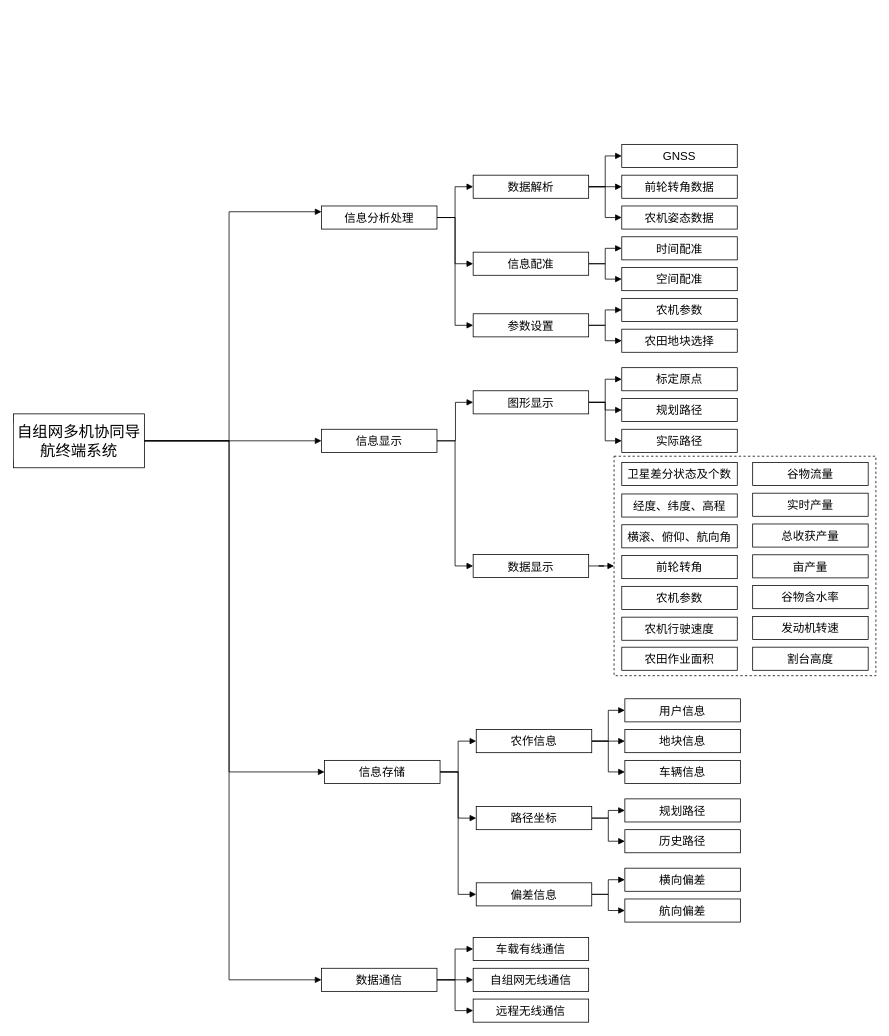
anvalue/DrawIo_SQ keeps this draw.io diagram as page "第 1 页" (1 of 2) of 系统功能层次图.drawio. Above is the earlier version. Source tidied: cells renumbered, new cells numbered last; positions are measured from the earlier drawing's top-left corner, leaving out a move shared by most shapes. Both pictures are drawn from the tidied source at 77%, with x=0, y=0 at pixel (13, 144).
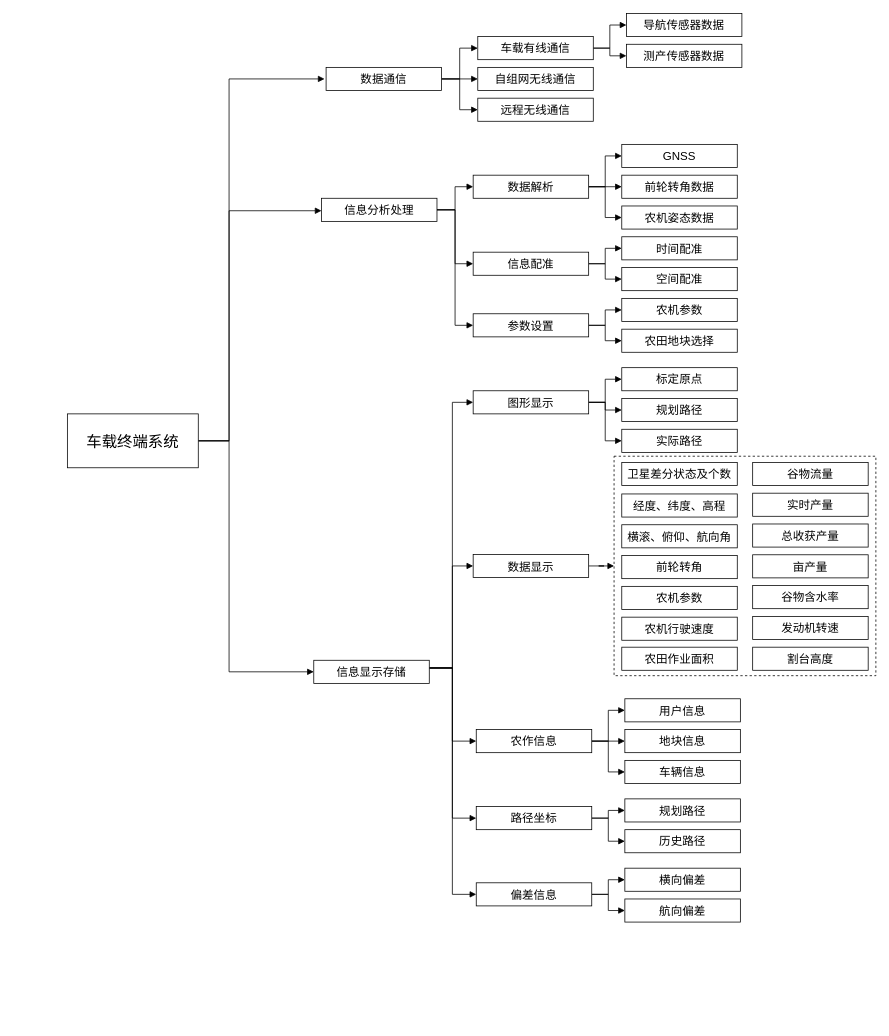
The same page after the edit.

Commit message:
更新系统功能层次图.drawio

The change refers to these unchanged cells:
```xml
<mxCell id="42" value="&lt;font face=&quot;黑体&quot;&gt;农作信息&lt;/font&gt;" style="rounded=0;whiteSpace=wrap;html=1;strokeColor=default;align=center;verticalAlign=middle;fontFamily=Helvetica;fontSize=15;fontColor=default;labelBackgroundColor=default;fillColor=default;" parent="1" vertex="1">
  <mxGeometry x="601" y="760" width="150" height="30" as="geometry" />
</mxCell>
<mxCell id="45" value="&lt;font face=&quot;黑体&quot;&gt;路径坐标&lt;/font&gt;" style="rounded=0;whiteSpace=wrap;html=1;strokeColor=default;align=center;verticalAlign=middle;fontFamily=Helvetica;fontSize=15;fontColor=default;labelBackgroundColor=default;fillColor=default;" parent="1" vertex="1">
  <mxGeometry x="601" y="860" width="150" height="30" as="geometry" />
</mxCell>
<mxCell id="48" value="&lt;font face=&quot;黑体&quot;&gt;偏差信息&lt;/font&gt;" style="rounded=0;whiteSpace=wrap;html=1;strokeColor=default;align=center;verticalAlign=middle;fontFamily=Helvetica;fontSize=15;fontColor=default;labelBackgroundColor=default;fillColor=default;" parent="1" vertex="1">
  <mxGeometry x="601" y="959" width="150" height="30" as="geometry" />
</mxCell>
<mxCell id="62" value="&lt;font face=&quot;黑体&quot;&gt;图形显示&lt;/font&gt;" style="rounded=0;whiteSpace=wrap;html=1;strokeColor=default;align=center;verticalAlign=middle;fontFamily=Helvetica;fontSize=15;fontColor=default;labelBackgroundColor=default;fillColor=default;" parent="1" vertex="1">
  <mxGeometry x="597" y="320" width="150" height="30" as="geometry" />
</mxCell>
<mxCell id="64" value="&lt;font face=&quot;黑体&quot;&gt;数据显示&lt;/font&gt;" style="rounded=0;whiteSpace=wrap;html=1;strokeColor=default;align=center;verticalAlign=middle;fontFamily=Helvetica;fontSize=15;fontColor=default;labelBackgroundColor=default;fillColor=default;" parent="1" vertex="1">
  <mxGeometry x="597" y="532.5" width="150" height="30" as="geometry" />
</mxCell>
```

Diff of the diagram source:
```diff
@@
     <mxCell id="2" style="edgeStyle=orthogonalEdgeStyle;rounded=0;jettySize=auto;html=1;entryX=0;entryY=0.5;entryDx=0;entryDy=0;strokeColor=default;align=center;verticalAlign=middle;fontFamily=Helvetica;fontSize=15;fontColor=default;labelBackgroundColor=default;endArrow=block;endFill=1;" parent="1" edge="1" source="4" target="58">
-      <mxGeometry relative="1" as="geometry" />
+      <mxGeometry relative="1" as="geometry">
+        <Array as="points">
+          <mxPoint x="280" y="385" />
+          <mxPoint x="280" y="685" />
+        </Array>
+      </mxGeometry>
     </mxCell>
-    <mxCell id="3" style="edgeStyle=orthogonalEdgeStyle;rounded=0;jettySize=auto;html=1;entryX=0;entryY=0.25;entryDx=0;entryDy=0;strokeColor=default;align=center;verticalAlign=middle;fontFamily=Helvetica;fontSize=15;fontColor=default;labelBackgroundColor=default;endArrow=block;endFill=1;" parent="1" edge="1" source="4" target="16">
+    <mxCell id="3" style="edgeStyle=orthogonalEdgeStyle;rounded=0;jettySize=auto;html=1;entryX=0;entryY=0.25;entryDx=0;entryDy=0;strokeColor=default;align=center;verticalAlign=middle;fontFamily=Helvetica;fontSize=15;fontColor=default;labelBackgroundColor=default;endArrow=block;endFill=1;" parent="1" edge="1" source="4">
       <mxGeometry relative="1" as="geometry">
+        <mxPoint x="400" y="86.2" as="targetPoint" />
         <Array as="points">
-          <mxPoint x="280" y="385" />
-          <mxPoint x="280" y="87" />
+          <mxPoint x="280" y="85.8" />
         </Array>
       </mxGeometry>
     </mxCell>
-    <mxCell id="4" value="&lt;font style=&quot;font-size: 20px;&quot; face=&quot;黑体&quot;&gt;自组网多机协同导航终端系统&lt;/font&gt;" style="rounded=0;whiteSpace=wrap;html=1;strokeColor=default;align=center;verticalAlign=middle;fontFamily=Helvetica;fontSize=15;fontColor=default;labelBackgroundColor=default;fillColor=default;" parent="1" vertex="1">
-      <mxGeometry y="350" width="170" height="70" as="geometry" />
-    </mxCell>
-    <mxCell id="5" style="edgeStyle=orthogonalEdgeStyle;rounded=0;jettySize=auto;html=1;entryX=0;entryY=0.5;entryDx=0;entryDy=0;fontFamily=Helvetica;fontSize=11;fontColor=default;labelBackgroundColor=default;endArrow=block;endFill=1;" parent="1" edge="1" source="9" target="11">
-      <mxGeometry relative="1" as="geometry" />
-    </mxCell>
-    <mxCell id="6" style="edgeStyle=orthogonalEdgeStyle;rounded=0;jettySize=auto;html=1;entryX=0;entryY=0.5;entryDx=0;entryDy=0;fontFamily=Helvetica;fontSize=11;fontColor=default;labelBackgroundColor=default;endArrow=block;endFill=1;" parent="1" edge="1" source="9" target="12">
-      <mxGeometry relative="1" as="geometry" />
-    </mxCell>
-    <mxCell id="7" style="edgeStyle=orthogonalEdgeStyle;rounded=0;jettySize=auto;html=1;entryX=0;entryY=0.5;entryDx=0;entryDy=0;fontFamily=Helvetica;fontSize=11;fontColor=default;labelBackgroundColor=default;endArrow=block;endFill=1;" parent="1" edge="1" source="9" target="10">
-      <mxGeometry relative="1" as="geometry" />
-    </mxCell>
-    <mxCell id="8" style="edgeStyle=orthogonalEdgeStyle;rounded=0;jettySize=auto;html=1;entryX=1;entryY=0.5;entryDx=0;entryDy=0;endArrow=none;endFill=0;startArrow=block;startFill=1;" parent="1" edge="1" source="9" target="4">
-      <mxGeometry relative="1" as="geometry">
-        <Array as="points">
-          <mxPoint x="280" y="1085" />
-          <mxPoint x="280" y="385" />
-        </Array>
-      </mxGeometry>
-    </mxCell>
-    <mxCell id="9" value="&lt;font style=&quot;font-size: 15px;&quot; face=&quot;黑体&quot;&gt;数据通信&lt;/font&gt;" style="rounded=0;whiteSpace=wrap;html=1;strokeColor=default;align=center;verticalAlign=middle;fontFamily=Helvetica;fontSize=15;fontColor=default;labelBackgroundColor=default;fillColor=default;" parent="1" vertex="1">
-      <mxGeometry x="400" y="1070" width="150" height="30" as="geometry" />
-    </mxCell>
-    <mxCell id="10" value="&lt;font face=&quot;黑体&quot;&gt;车载有线通信&lt;/font&gt;" style="rounded=0;whiteSpace=wrap;html=1;strokeColor=default;align=center;verticalAlign=middle;fontFamily=Helvetica;fontSize=15;fontColor=default;labelBackgroundColor=default;fillColor=default;" parent="1" vertex="1">
-      <mxGeometry x="597" y="1030" width="150" height="30" as="geometry" />
-    </mxCell>
-    <mxCell id="11" value="&lt;font face=&quot;黑体&quot;&gt;自组网无线通信&lt;/font&gt;" style="rounded=0;whiteSpace=wrap;html=1;strokeColor=default;align=center;verticalAlign=middle;fontFamily=Helvetica;fontSize=15;fontColor=default;labelBackgroundColor=default;fillColor=default;" parent="1" vertex="1">
-      <mxGeometry x="597" y="1070" width="150" height="30" as="geometry" />
-    </mxCell>
-    <mxCell id="12" value="&lt;font face=&quot;黑体&quot;&gt;远程无线通信&lt;/font&gt;" style="rounded=0;whiteSpace=wrap;html=1;strokeColor=default;align=center;verticalAlign=middle;fontFamily=Helvetica;fontSize=15;fontColor=default;labelBackgroundColor=default;fillColor=default;" parent="1" vertex="1">
-      <mxGeometry x="597" y="1110" width="150" height="30" as="geometry" />
-    </mxCell>
@@
     <mxCell id="16" value="&lt;font face=&quot;黑体&quot;&gt;信息分析处理&lt;/font&gt;" style="rounded=0;whiteSpace=wrap;html=1;strokeColor=default;align=center;verticalAlign=middle;fontFamily=Helvetica;fontSize=15;fontColor=default;labelBackgroundColor=default;fillColor=default;" parent="1" vertex="1">
-      <mxGeometry x="400" y="80" width="150" height="30" as="geometry" />
+      <mxGeometry x="400" y="70" width="150" height="30" as="geometry" />
     </mxCell>
@@
-    <mxCell id="34" style="edgeStyle=orthogonalEdgeStyle;rounded=0;jettySize=auto;html=1;entryX=0;entryY=0.5;entryDx=0;entryDy=0;strokeColor=default;align=center;verticalAlign=middle;fontFamily=Helvetica;fontSize=15;fontColor=default;labelBackgroundColor=default;endArrow=block;endFill=1;" parent="1" edge="1" source="38" target="45">
-      <mxGeometry relative="1" as="geometry" />
-    </mxCell>
-    <mxCell id="35" style="edgeStyle=orthogonalEdgeStyle;rounded=0;jettySize=auto;html=1;entryX=0;entryY=0.5;entryDx=0;entryDy=0;strokeColor=default;align=center;verticalAlign=middle;fontFamily=Helvetica;fontSize=15;fontColor=default;labelBackgroundColor=default;endArrow=block;endFill=1;" parent="1" edge="1" source="38" target="42">
-      <mxGeometry relative="1" as="geometry" />
-    </mxCell>
-    <mxCell id="36" style="edgeStyle=orthogonalEdgeStyle;rounded=0;jettySize=auto;html=1;entryX=0;entryY=0.5;entryDx=0;entryDy=0;strokeColor=default;align=center;verticalAlign=middle;fontFamily=Helvetica;fontSize=15;fontColor=default;labelBackgroundColor=default;endArrow=block;endFill=1;" parent="1" edge="1" source="38" target="48">
-      <mxGeometry relative="1" as="geometry" />
-    </mxCell>
-    <mxCell id="37" style="edgeStyle=orthogonalEdgeStyle;rounded=0;jettySize=auto;html=1;entryX=1;entryY=0.5;entryDx=0;entryDy=0;strokeColor=default;align=center;verticalAlign=middle;fontFamily=Helvetica;fontSize=11;fontColor=default;labelBackgroundColor=default;startArrow=block;startFill=1;endArrow=none;endFill=0;" parent="1" edge="1" source="38" target="4">
-      <mxGeometry relative="1" as="geometry">
-        <Array as="points">
-          <mxPoint x="280" y="815" />
-          <mxPoint x="280" y="385" />
-        </Array>
-      </mxGeometry>
-    </mxCell>
-    <mxCell id="38" value="&lt;font face=&quot;黑体&quot;&gt;信息存储&lt;/font&gt;" style="rounded=0;whiteSpace=wrap;html=1;strokeColor=default;align=center;verticalAlign=middle;fontFamily=Helvetica;fontSize=15;fontColor=default;labelBackgroundColor=default;fillColor=default;" parent="1" vertex="1">
-      <mxGeometry x="404" y="800" width="150" height="30" as="geometry" />
-    </mxCell>
@@
     <mxCell id="56" style="edgeStyle=orthogonalEdgeStyle;rounded=0;jettySize=auto;html=1;entryX=0;entryY=0.5;entryDx=0;entryDy=0;strokeColor=default;align=center;verticalAlign=middle;fontFamily=Helvetica;fontSize=15;fontColor=default;labelBackgroundColor=default;endArrow=block;endFill=1;" parent="1" edge="1" source="58" target="62">
       <mxGeometry relative="1" as="geometry">
         <Array as="points">
-          <mxPoint x="574" y="385" />
-          <mxPoint x="574" y="335" />
+          <mxPoint x="570" y="680" />
+          <mxPoint x="570" y="335" />
         </Array>
       </mxGeometry>
     </mxCell>
     <mxCell id="57" style="edgeStyle=orthogonalEdgeStyle;rounded=0;jettySize=auto;html=1;entryX=0;entryY=0.5;entryDx=0;entryDy=0;strokeColor=default;align=center;verticalAlign=middle;fontFamily=Helvetica;fontSize=15;fontColor=default;labelBackgroundColor=default;endArrow=block;endFill=1;" parent="1" edge="1" source="58" target="64">
-      <mxGeometry relative="1" as="geometry" />
+      <mxGeometry relative="1" as="geometry">
+        <Array as="points">
+          <mxPoint x="570" y="680" />
+          <mxPoint x="570" y="547" />
+        </Array>
+      </mxGeometry>
     </mxCell>
+    <mxCell id="83" style="edgeStyle=orthogonalEdgeStyle;rounded=0;jettySize=auto;html=1;entryX=0;entryY=0.5;entryDx=0;entryDy=0;endArrow=block;endFill=1;" parent="1" edge="1" source="58" target="42">
+      <mxGeometry relative="1" as="geometry">
+        <Array as="points">
+          <mxPoint x="570" y="680" />
+          <mxPoint x="570" y="775" />
+        </Array>
+      </mxGeometry>
+    </mxCell>
+    <mxCell id="84" style="edgeStyle=orthogonalEdgeStyle;rounded=0;jettySize=auto;html=1;entryX=0;entryY=0.5;entryDx=0;entryDy=0;strokeColor=default;align=center;verticalAlign=middle;fontFamily=Helvetica;fontSize=11;fontColor=default;labelBackgroundColor=default;endArrow=block;endFill=1;" parent="1" edge="1" source="58" target="45">
+      <mxGeometry relative="1" as="geometry">
+        <Array as="points">
+          <mxPoint x="570" y="680" />
+          <mxPoint x="570" y="875" />
+        </Array>
+      </mxGeometry>
+    </mxCell>
+    <mxCell id="85" style="edgeStyle=orthogonalEdgeStyle;rounded=0;jettySize=auto;html=1;entryX=0;entryY=0.5;entryDx=0;entryDy=0;strokeColor=default;align=center;verticalAlign=middle;fontFamily=Helvetica;fontSize=11;fontColor=default;labelBackgroundColor=default;endArrow=block;endFill=1;" parent="1" edge="1" source="58" target="48">
+      <mxGeometry relative="1" as="geometry">
+        <Array as="points">
+          <mxPoint x="570" y="680" />
+          <mxPoint x="570" y="974" />
+        </Array>
+      </mxGeometry>
+    </mxCell>
-    <mxCell id="58" value="&lt;font face=&quot;黑体&quot;&gt;信息显示&lt;/font&gt;" style="rounded=0;whiteSpace=wrap;html=1;strokeColor=default;align=center;verticalAlign=middle;fontFamily=Helvetica;fontSize=15;fontColor=default;labelBackgroundColor=default;fillColor=default;" parent="1" vertex="1">
-      <mxGeometry x="400" y="370" width="150" height="30" as="geometry" />
+    <mxCell id="58" value="&lt;font face=&quot;黑体&quot;&gt;信息显示存储&lt;/font&gt;" style="rounded=0;whiteSpace=wrap;html=1;strokeColor=default;align=center;verticalAlign=middle;fontFamily=Helvetica;fontSize=15;fontColor=default;labelBackgroundColor=default;fillColor=default;" parent="1" vertex="1">
+      <mxGeometry x="390" y="670" width="150" height="30" as="geometry" />
     </mxCell>
@@
+    <mxCell id="86" style="edgeStyle=orthogonalEdgeStyle;rounded=0;jettySize=auto;html=1;entryX=0;entryY=0.5;entryDx=0;entryDy=0;strokeColor=default;align=center;verticalAlign=middle;fontFamily=Helvetica;fontSize=11;fontColor=default;labelBackgroundColor=default;endArrow=block;endFill=1;" parent="1" edge="1" source="4">
+      <mxGeometry relative="1" as="geometry">
+        <mxPoint x="404" y="-85" as="targetPoint" />
+        <Array as="points">
+          <mxPoint x="280" y="385" />
+          <mxPoint x="280" y="-85" />
+        </Array>
+      </mxGeometry>
+    </mxCell>
+    <mxCell id="4" value="&lt;font style=&quot;font-size: 20px;&quot; face=&quot;黑体&quot;&gt;车载终端系统&lt;/font&gt;" style="rounded=0;whiteSpace=wrap;html=1;strokeColor=default;align=center;verticalAlign=middle;fontFamily=Helvetica;fontSize=15;fontColor=default;labelBackgroundColor=default;fillColor=default;" parent="1" vertex="1">
+      <mxGeometry x="70" y="350" width="170" height="70" as="geometry" />
+    </mxCell>
+    <mxCell id="5" style="edgeStyle=orthogonalEdgeStyle;rounded=0;jettySize=auto;html=1;entryX=0;entryY=0.5;entryDx=0;entryDy=0;fontFamily=Helvetica;fontSize=11;fontColor=default;labelBackgroundColor=default;endArrow=block;endFill=1;" parent="1" edge="1" source="9" target="11">
+      <mxGeometry relative="1" as="geometry" />
+    </mxCell>
+    <mxCell id="6" style="edgeStyle=orthogonalEdgeStyle;rounded=0;jettySize=auto;html=1;entryX=0;entryY=0.5;entryDx=0;entryDy=0;fontFamily=Helvetica;fontSize=11;fontColor=default;labelBackgroundColor=default;endArrow=block;endFill=1;" parent="1" edge="1" source="9" target="12">
+      <mxGeometry relative="1" as="geometry" />
+    </mxCell>
+    <mxCell id="7" style="edgeStyle=orthogonalEdgeStyle;rounded=0;jettySize=auto;html=1;entryX=0;entryY=0.5;entryDx=0;entryDy=0;fontFamily=Helvetica;fontSize=11;fontColor=default;labelBackgroundColor=default;endArrow=block;endFill=1;" parent="1" edge="1" source="9" target="10">
+      <mxGeometry relative="1" as="geometry" />
+    </mxCell>
+    <mxCell id="9" value="&lt;font style=&quot;font-size: 15px;&quot; face=&quot;黑体&quot;&gt;数据通信&lt;/font&gt;" style="rounded=0;whiteSpace=wrap;html=1;strokeColor=default;align=center;verticalAlign=middle;fontFamily=Helvetica;fontSize=15;fontColor=default;labelBackgroundColor=default;fillColor=default;" parent="1" vertex="1">
+      <mxGeometry x="406" y="-100" width="150" height="30" as="geometry" />
+    </mxCell>
+    <mxCell id="87" style="edgeStyle=orthogonalEdgeStyle;rounded=0;jettySize=auto;html=1;strokeColor=default;align=center;verticalAlign=middle;fontFamily=Helvetica;fontSize=11;fontColor=default;labelBackgroundColor=default;endArrow=block;endFill=1;" parent="1" edge="1" source="10" target="89">
+      <mxGeometry relative="1" as="geometry" />
+    </mxCell>
+    <mxCell id="88" style="edgeStyle=orthogonalEdgeStyle;rounded=0;jettySize=auto;html=1;strokeColor=default;align=center;verticalAlign=middle;fontFamily=Helvetica;fontSize=11;fontColor=default;labelBackgroundColor=default;endArrow=block;endFill=1;" parent="1" edge="1" source="10" target="90">
+      <mxGeometry relative="1" as="geometry" />
+    </mxCell>
+    <mxCell id="10" value="&lt;font face=&quot;黑体&quot;&gt;车载有线通信&lt;/font&gt;" style="rounded=0;whiteSpace=wrap;html=1;strokeColor=default;align=center;verticalAlign=middle;fontFamily=Helvetica;fontSize=15;fontColor=default;labelBackgroundColor=default;fillColor=default;" parent="1" vertex="1">
+      <mxGeometry x="603" y="-140" width="150" height="30" as="geometry" />
+    </mxCell>
+    <mxCell id="11" value="&lt;font face=&quot;黑体&quot;&gt;自组网无线通信&lt;/font&gt;" style="rounded=0;whiteSpace=wrap;html=1;strokeColor=default;align=center;verticalAlign=middle;fontFamily=Helvetica;fontSize=15;fontColor=default;labelBackgroundColor=default;fillColor=default;" parent="1" vertex="1">
+      <mxGeometry x="603" y="-100" width="150" height="30" as="geometry" />
+    </mxCell>
+    <mxCell id="12" value="&lt;font face=&quot;黑体&quot;&gt;远程无线通信&lt;/font&gt;" style="rounded=0;whiteSpace=wrap;html=1;strokeColor=default;align=center;verticalAlign=middle;fontFamily=Helvetica;fontSize=15;fontColor=default;labelBackgroundColor=default;fillColor=default;" parent="1" vertex="1">
+      <mxGeometry x="603" y="-60" width="150" height="30" as="geometry" />
+    </mxCell>
+    <mxCell id="89" value="&lt;font face=&quot;黑体&quot;&gt;导航传感器数据&lt;/font&gt;" style="rounded=0;whiteSpace=wrap;html=1;strokeColor=default;align=center;verticalAlign=middle;fontFamily=Helvetica;fontSize=15;fontColor=default;labelBackgroundColor=default;fillColor=default;" parent="1" vertex="1">
+      <mxGeometry x="796" y="-170" width="150" height="30" as="geometry" />
+    </mxCell>
+    <mxCell id="90" value="&lt;font face=&quot;黑体&quot;&gt;测产传感器数据&lt;/font&gt;" style="rounded=0;whiteSpace=wrap;html=1;strokeColor=default;align=center;verticalAlign=middle;fontFamily=Helvetica;fontSize=15;fontColor=default;labelBackgroundColor=default;fillColor=default;" parent="1" vertex="1">
+      <mxGeometry x="796" y="-130" width="150" height="30" as="geometry" />
+    </mxCell>
```
